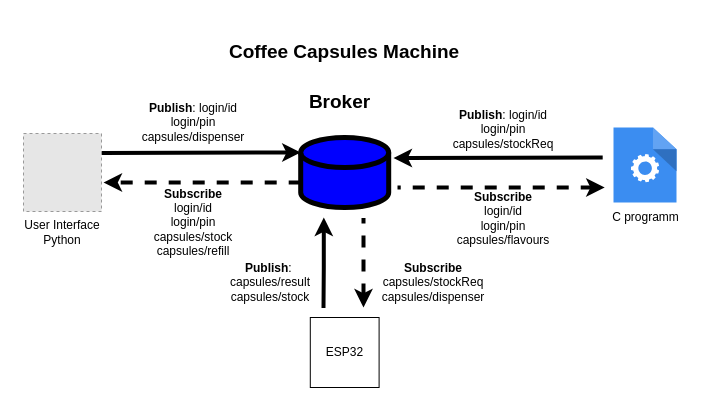
The draw.io diagram Diagrams/1 - Draw.io/MQTT diagram.drawio in joaomiguelpassos/CSLAB, before the edit. Source tidied: cells renumbered, new cells numbered last; positions are measured from the earlier drawing's top-left corner, leaving out a move shared by most shapes. Both pictures are drawn from the tidied source at 100%, with x=0, y=0 at pixel (17, 17). Pictures stored in the file or linked from it are replaced by grey dashed boxes.
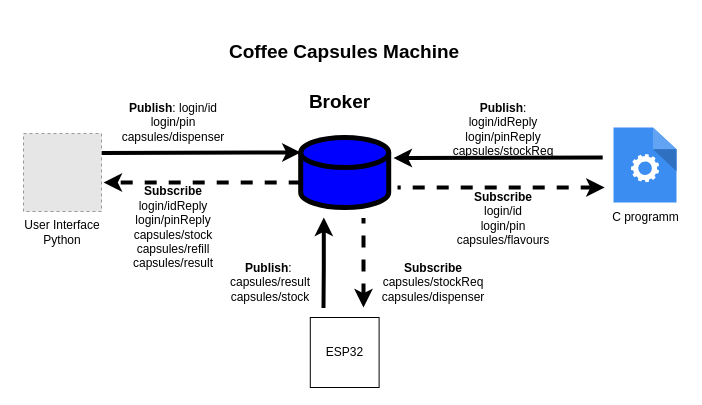
After the change.

What changed in the source:
```diff
@@
     <mxCell id="7" value="&lt;b&gt;Publish&lt;/b&gt;: login/id&lt;br&gt;login/pin&lt;br&gt;capsules/dispenser" style="text;html=1;strokeColor=none;fillColor=none;align=center;verticalAlign=middle;whiteSpace=wrap;rounded=0;rotation=0;" parent="1" vertex="1">
-      <mxGeometry x="146" y="90" width="60" height="30" as="geometry" />
+      <mxGeometry x="126" y="90" width="60" height="30" as="geometry" />
     </mxCell>
-    <mxCell id="8" value="&lt;b&gt;Subscribe&lt;/b&gt;&lt;br&gt;login/id&lt;br&gt;login/pin&lt;br&gt;capsules/stock&lt;br&gt;capsules/refill" style="text;html=1;strokeColor=none;fillColor=none;align=center;verticalAlign=middle;whiteSpace=wrap;rounded=0;rotation=0;" parent="1" vertex="1">
-      <mxGeometry x="146" y="180" width="60" height="50" as="geometry" />
+    <mxCell id="8" value="&lt;b&gt;Subscribe&lt;/b&gt;&lt;br&gt;login/idReply&lt;br&gt;login/pinReply&lt;br&gt;capsules/stock&lt;br&gt;capsules/refill&lt;br&gt;capsules/result" style="text;html=1;strokeColor=none;fillColor=none;align=center;verticalAlign=middle;whiteSpace=wrap;rounded=0;rotation=0;" parent="1" vertex="1">
+      <mxGeometry x="126" y="185" width="60" height="50" as="geometry" />
     </mxCell>
@@
-    <mxCell id="12" value="&lt;b&gt;Publish&lt;/b&gt;: login/id&lt;br&gt;login/pin&lt;br&gt;capsules/stockReq" style="text;html=1;strokeColor=none;fillColor=none;align=center;verticalAlign=middle;whiteSpace=wrap;rounded=0;rotation=0;" parent="1" vertex="1">
+    <mxCell id="12" value="&lt;b&gt;Publish&lt;/b&gt;: login/idReply&lt;br&gt;login/pinReply&lt;br&gt;capsules/stockReq" style="text;html=1;strokeColor=none;fillColor=none;align=center;verticalAlign=middle;whiteSpace=wrap;rounded=0;rotation=0;" parent="1" vertex="1">
       <mxGeometry x="456" y="97" width="60" height="30" as="geometry" />
     </mxCell>
```
